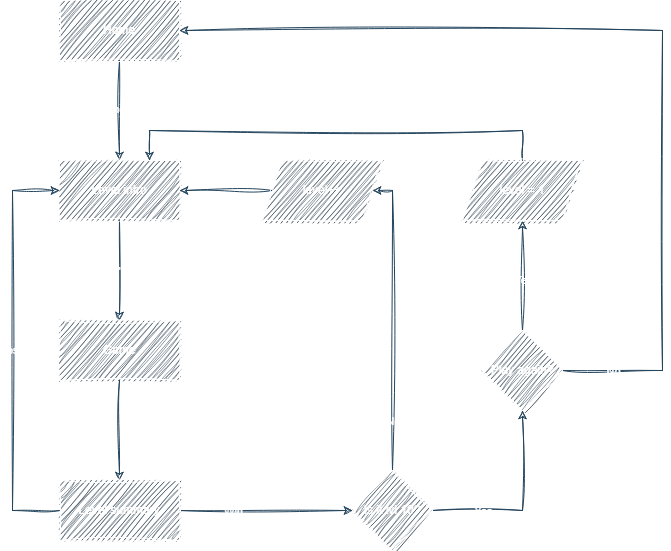
Above: flowchart.png in vasilyoshev/ai-assistant (draw.io), before the change. Source tidied: cells renumbered, new cells last; positions are measured from the earlier drawing's top-left corner, leaving out a move shared by most shapes.
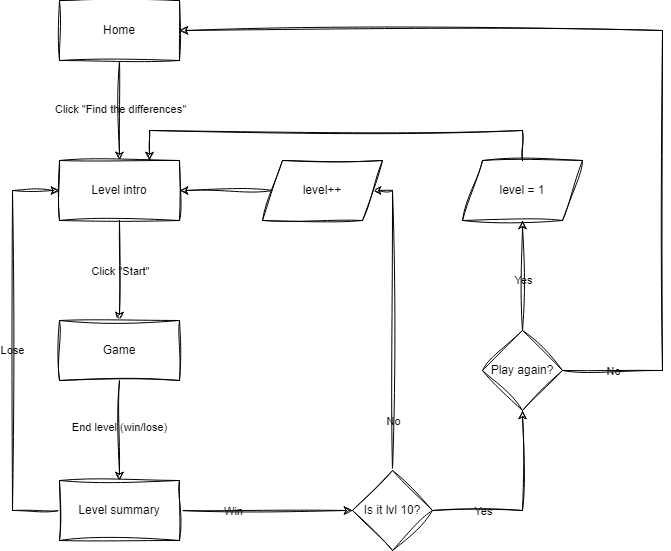
After the commit.

Diff of the diagram source:
```diff
@@ -2,34 +2,34 @@
   <root>
     <mxCell id="0" />
     <mxCell id="1" parent="0" />
-    <mxCell id="2" style="edgeStyle=orthogonalEdgeStyle;rounded=0;jettySize=auto;html=1;labelBackgroundColor=none;fontColor=default;strokeColor=#23445D;sketch=1;curveFitting=1;jiggle=2;" parent="1" edge="1" source="4" target="7">
+    <mxCell id="2" style="edgeStyle=orthogonalEdgeStyle;rounded=0;jettySize=auto;html=1;labelBackgroundColor=none;fontColor=default;sketch=1;curveFitting=1;jiggle=2;" parent="1" edge="1" source="4" target="7">
       <mxGeometry relative="1" as="geometry" />
     </mxCell>
-    <mxCell id="3" value="Click &quot;Find the differences&quot;" style="edgeLabel;html=1;align=center;verticalAlign=middle;labelBackgroundColor=none;rounded=0;fontColor=#FFFFFF;sketch=1;curveFitting=1;jiggle=2;" parent="2" vertex="1">
+    <mxCell id="3" value="Click &quot;Find the differences&quot;" style="edgeLabel;html=1;align=center;verticalAlign=middle;labelBackgroundColor=none;rounded=0;sketch=1;curveFitting=1;jiggle=2;" parent="2" vertex="1">
       <mxGeometry x="-0.04" relative="1" as="geometry" />
     </mxCell>
-    <mxCell id="4" value="Home" style="rounded=0;whiteSpace=wrap;html=1;labelBackgroundColor=none;fillColor=#182E3E;strokeColor=#FFFFFF;fontColor=#FFFFFF;sketch=1;curveFitting=1;jiggle=2;" parent="1" vertex="1">
+    <mxCell id="4" value="Home" style="rounded=0;whiteSpace=wrap;html=1;labelBackgroundColor=none;sketch=1;curveFitting=1;jiggle=2;" parent="1" vertex="1">
       <mxGeometry x="47" width="120" height="60" as="geometry" />
     </mxCell>
-    <mxCell id="5" style="edgeStyle=orthogonalEdgeStyle;rounded=0;jettySize=auto;html=1;exitX=0.5;exitY=1;exitDx=0;exitDy=0;entryX=0.5;entryY=0;entryDx=0;entryDy=0;labelBackgroundColor=none;fontColor=default;strokeColor=#23445D;sketch=1;curveFitting=1;jiggle=2;" parent="1" edge="1" source="7" target="10">
+    <mxCell id="5" style="edgeStyle=orthogonalEdgeStyle;rounded=0;jettySize=auto;html=1;exitX=0.5;exitY=1;exitDx=0;exitDy=0;entryX=0.5;entryY=0;entryDx=0;entryDy=0;labelBackgroundColor=none;fontColor=default;sketch=1;curveFitting=1;jiggle=2;" parent="1" edge="1" source="7" target="10">
       <mxGeometry relative="1" as="geometry" />
     </mxCell>
-    <mxCell id="6" value="Click &quot;Start&quot;" style="edgeLabel;html=1;align=center;verticalAlign=middle;labelBackgroundColor=none;rounded=0;fontColor=#FFFFFF;sketch=1;curveFitting=1;jiggle=2;" parent="5" vertex="1">
+    <mxCell id="6" value="Click &quot;Start&quot;" style="edgeLabel;html=1;align=center;verticalAlign=middle;labelBackgroundColor=none;rounded=0;sketch=1;curveFitting=1;jiggle=2;" parent="5" vertex="1">
       <mxGeometry relative="1" as="geometry" />
     </mxCell>
-    <mxCell id="7" value="Level intro" style="rounded=0;whiteSpace=wrap;html=1;labelBackgroundColor=none;fillColor=#182E3E;strokeColor=#FFFFFF;fontColor=#FFFFFF;sketch=1;curveFitting=1;jiggle=2;" parent="1" vertex="1">
+    <mxCell id="7" value="Level intro" style="rounded=0;whiteSpace=wrap;html=1;labelBackgroundColor=none;sketch=1;curveFitting=1;jiggle=2;" parent="1" vertex="1">
       <mxGeometry x="47" y="160" width="120" height="60" as="geometry" />
     </mxCell>
-    <mxCell id="8" style="edgeStyle=orthogonalEdgeStyle;rounded=0;jettySize=auto;html=1;entryX=0.5;entryY=0;entryDx=0;entryDy=0;labelBackgroundColor=none;fontColor=default;strokeColor=#23445D;sketch=1;curveFitting=1;jiggle=2;" parent="1" edge="1" source="10" target="15">
+    <mxCell id="8" style="edgeStyle=orthogonalEdgeStyle;rounded=0;jettySize=auto;html=1;entryX=0.5;entryY=0;entryDx=0;entryDy=0;labelBackgroundColor=none;fontColor=default;sketch=1;curveFitting=1;jiggle=2;" parent="1" edge="1" source="10" target="15">
       <mxGeometry relative="1" as="geometry" />
     </mxCell>
-    <mxCell id="9" value="End level (win/lose)" style="edgeLabel;html=1;align=center;verticalAlign=middle;labelBackgroundColor=none;rounded=0;fontColor=#FFFFFF;sketch=1;curveFitting=1;jiggle=2;" parent="8" vertex="1">
+    <mxCell id="9" value="End level (win/lose)" style="edgeLabel;html=1;align=center;verticalAlign=middle;labelBackgroundColor=none;rounded=0;sketch=1;curveFitting=1;jiggle=2;" parent="8" vertex="1">
       <mxGeometry x="-0.08" y="-1" relative="1" as="geometry" />
     </mxCell>
-    <mxCell id="10" value="Game" style="rounded=0;whiteSpace=wrap;html=1;labelBackgroundColor=none;fillColor=#182E3E;strokeColor=#FFFFFF;fontColor=#FFFFFF;sketch=1;curveFitting=1;jiggle=2;" parent="1" vertex="1">
+    <mxCell id="10" value="Game" style="rounded=0;whiteSpace=wrap;html=1;labelBackgroundColor=none;sketch=1;curveFitting=1;jiggle=2;" parent="1" vertex="1">
       <mxGeometry x="47" y="320" width="120" height="60" as="geometry" />
     </mxCell>
-    <mxCell id="11" style="edgeStyle=orthogonalEdgeStyle;rounded=0;jettySize=auto;html=1;entryX=0;entryY=0.5;entryDx=0;entryDy=0;labelBackgroundColor=none;fontColor=default;strokeColor=#23445D;sketch=1;curveFitting=1;jiggle=2;" parent="1" edge="1" source="15" target="7">
+    <mxCell id="11" style="edgeStyle=orthogonalEdgeStyle;rounded=0;jettySize=auto;html=1;entryX=0;entryY=0.5;entryDx=0;entryDy=0;labelBackgroundColor=none;fontColor=default;sketch=1;curveFitting=1;jiggle=2;" parent="1" edge="1" source="15" target="7">
       <mxGeometry relative="1" as="geometry">
         <Array as="points">
           <mxPoint y="510" />
@@ -37,58 +37,58 @@
         </Array>
       </mxGeometry>
     </mxCell>
-    <mxCell id="12" value="Lose" style="edgeLabel;html=1;align=center;verticalAlign=middle;labelBackgroundColor=none;rounded=0;fontColor=#FFFFFF;sketch=1;curveFitting=1;jiggle=2;" parent="11" vertex="1">
+    <mxCell id="12" value="Lose" style="edgeLabel;html=1;align=center;verticalAlign=middle;labelBackgroundColor=none;rounded=0;sketch=1;curveFitting=1;jiggle=2;" parent="11" vertex="1">
       <mxGeometry x="0.01" y="1" relative="1" as="geometry" />
     </mxCell>
-    <mxCell id="13" style="edgeStyle=orthogonalEdgeStyle;rounded=0;jettySize=auto;html=1;exitX=1;exitY=0.5;exitDx=0;exitDy=0;labelBackgroundColor=none;fontColor=default;strokeColor=#23445D;sketch=1;curveFitting=1;jiggle=2;" parent="1" edge="1" source="15" target="20">
+    <mxCell id="13" style="edgeStyle=orthogonalEdgeStyle;rounded=0;jettySize=auto;html=1;exitX=1;exitY=0.5;exitDx=0;exitDy=0;labelBackgroundColor=none;fontColor=default;sketch=1;curveFitting=1;jiggle=2;" parent="1" edge="1" source="15" target="20">
       <mxGeometry relative="1" as="geometry" />
     </mxCell>
-    <mxCell id="14" value="Win" style="edgeLabel;html=1;align=center;verticalAlign=middle;labelBackgroundColor=none;rounded=0;fontColor=#FFFFFF;sketch=1;curveFitting=1;jiggle=2;" parent="13" vertex="1">
+    <mxCell id="14" value="Win" style="edgeLabel;html=1;align=center;verticalAlign=middle;labelBackgroundColor=none;rounded=0;sketch=1;curveFitting=1;jiggle=2;" parent="13" vertex="1">
       <mxGeometry x="-0.2" y="-1" relative="1" as="geometry">
         <mxPoint x="-16" y="-1" as="offset" />
       </mxGeometry>
     </mxCell>
-    <mxCell id="15" value="Level summary" style="rounded=0;whiteSpace=wrap;html=1;labelBackgroundColor=none;fillColor=#182E3E;strokeColor=#FFFFFF;fontColor=#FFFFFF;sketch=1;curveFitting=1;jiggle=2;" parent="1" vertex="1">
+    <mxCell id="15" value="Level summary" style="rounded=0;whiteSpace=wrap;html=1;labelBackgroundColor=none;sketch=1;curveFitting=1;jiggle=2;" parent="1" vertex="1">
       <mxGeometry x="47" y="480" width="120" height="60" as="geometry" />
     </mxCell>
-    <mxCell id="16" style="edgeStyle=orthogonalEdgeStyle;rounded=0;jettySize=auto;html=1;exitX=0.5;exitY=0;exitDx=0;exitDy=0;entryX=1;entryY=0.5;entryDx=0;entryDy=0;labelBackgroundColor=none;fontColor=default;strokeColor=#23445D;sketch=1;curveFitting=1;jiggle=2;" parent="1" edge="1" source="20" target="22">
+    <mxCell id="16" style="edgeStyle=orthogonalEdgeStyle;rounded=0;jettySize=auto;html=1;exitX=0.5;exitY=0;exitDx=0;exitDy=0;entryX=1;entryY=0.5;entryDx=0;entryDy=0;labelBackgroundColor=none;fontColor=default;sketch=1;curveFitting=1;jiggle=2;" parent="1" edge="1" source="20" target="22">
       <mxGeometry relative="1" as="geometry">
         <Array as="points">
           <mxPoint x="380" y="190" />
         </Array>
       </mxGeometry>
     </mxCell>
-    <mxCell id="17" value="No" style="edgeLabel;html=1;align=center;verticalAlign=middle;labelBackgroundColor=none;rounded=0;fontColor=#FFFFFF;sketch=1;curveFitting=1;jiggle=2;" parent="16" vertex="1">
+    <mxCell id="17" value="No" style="edgeLabel;html=1;align=center;verticalAlign=middle;labelBackgroundColor=none;rounded=0;sketch=1;curveFitting=1;jiggle=2;" parent="16" vertex="1">
       <mxGeometry x="0.29" y="2" relative="1" as="geometry">
         <mxPoint x="2" y="143" as="offset" />
       </mxGeometry>
     </mxCell>
-    <mxCell id="18" style="edgeStyle=orthogonalEdgeStyle;rounded=0;jettySize=auto;html=1;entryX=0.5;entryY=1;entryDx=0;entryDy=0;labelBackgroundColor=none;fontColor=default;strokeColor=#23445D;sketch=1;curveFitting=1;jiggle=2;" parent="1" edge="1" source="20" target="27">
+    <mxCell id="18" style="edgeStyle=orthogonalEdgeStyle;rounded=0;jettySize=auto;html=1;entryX=0.5;entryY=1;entryDx=0;entryDy=0;labelBackgroundColor=none;fontColor=default;sketch=1;curveFitting=1;jiggle=2;" parent="1" edge="1" source="20" target="27">
       <mxGeometry relative="1" as="geometry" />
     </mxCell>
-    <mxCell id="19" value="Yes" style="edgeLabel;html=1;align=center;verticalAlign=middle;labelBackgroundColor=none;rounded=0;fontColor=#FFFFFF;sketch=1;curveFitting=1;jiggle=2;" parent="18" vertex="1">
+    <mxCell id="19" value="Yes" style="edgeLabel;html=1;align=center;verticalAlign=middle;labelBackgroundColor=none;rounded=0;sketch=1;curveFitting=1;jiggle=2;" parent="18" vertex="1">
       <mxGeometry x="-0.02" relative="1" as="geometry">
         <mxPoint x="-40" y="3" as="offset" />
       </mxGeometry>
     </mxCell>
-    <mxCell id="20" value="Is it lvl 10?" style="rhombus;whiteSpace=wrap;html=1;labelBackgroundColor=none;rounded=0;fillColor=#182E3E;strokeColor=#FFFFFF;fontColor=#FFFFFF;sketch=1;curveFitting=1;jiggle=2;" parent="1" vertex="1">
+    <mxCell id="20" value="Is it lvl 10?" style="rhombus;whiteSpace=wrap;html=1;labelBackgroundColor=none;rounded=0;sketch=1;curveFitting=1;jiggle=2;" parent="1" vertex="1">
       <mxGeometry x="340" y="470" width="80" height="80" as="geometry" />
     </mxCell>
-    <mxCell id="21" style="edgeStyle=orthogonalEdgeStyle;rounded=0;jettySize=auto;html=1;labelBackgroundColor=none;fontColor=default;strokeColor=#23445D;sketch=1;curveFitting=1;jiggle=2;" parent="1" edge="1" source="22" target="7">
+    <mxCell id="21" style="edgeStyle=orthogonalEdgeStyle;rounded=0;jettySize=auto;html=1;labelBackgroundColor=none;fontColor=default;sketch=1;curveFitting=1;jiggle=2;" parent="1" edge="1" source="22" target="7">
       <mxGeometry relative="1" as="geometry" />
     </mxCell>
-    <mxCell id="22" value="level++" style="shape=parallelogram;perimeter=parallelogramPerimeter;whiteSpace=wrap;html=1;fixedSize=1;labelBackgroundColor=none;rounded=0;fillColor=#182E3E;strokeColor=#FFFFFF;fontColor=#FFFFFF;sketch=1;curveFitting=1;jiggle=2;" parent="1" vertex="1">
+    <mxCell id="22" value="level++" style="shape=parallelogram;perimeter=parallelogramPerimeter;whiteSpace=wrap;html=1;fixedSize=1;labelBackgroundColor=none;rounded=0;sketch=1;curveFitting=1;jiggle=2;" parent="1" vertex="1">
       <mxGeometry x="250" y="160" width="120" height="60" as="geometry" />
     </mxCell>
-    <mxCell id="23" style="edgeStyle=orthogonalEdgeStyle;rounded=0;jettySize=auto;html=1;entryX=0.5;entryY=1;entryDx=0;entryDy=0;labelBackgroundColor=none;fontColor=default;strokeColor=#23445D;sketch=1;curveFitting=1;jiggle=2;" parent="1" edge="1" source="27" target="29">
+    <mxCell id="23" style="edgeStyle=orthogonalEdgeStyle;rounded=0;jettySize=auto;html=1;entryX=0.5;entryY=1;entryDx=0;entryDy=0;labelBackgroundColor=none;fontColor=default;sketch=1;curveFitting=1;jiggle=2;" parent="1" edge="1" source="27" target="29">
       <mxGeometry relative="1" as="geometry" />
     </mxCell>
-    <mxCell id="24" value="Yes" style="edgeLabel;html=1;align=center;verticalAlign=middle;labelBackgroundColor=none;rounded=0;fontColor=#FFFFFF;sketch=1;curveFitting=1;jiggle=2;" parent="23" vertex="1">
+    <mxCell id="24" value="Yes" style="edgeLabel;html=1;align=center;verticalAlign=middle;labelBackgroundColor=none;rounded=0;sketch=1;curveFitting=1;jiggle=2;" parent="23" vertex="1">
       <mxGeometry x="-0.01" relative="1" as="geometry">
         <mxPoint y="4" as="offset" />
       </mxGeometry>
     </mxCell>
-    <mxCell id="25" style="edgeStyle=orthogonalEdgeStyle;rounded=0;jettySize=auto;html=1;entryX=1;entryY=0.5;entryDx=0;entryDy=0;labelBackgroundColor=none;fontColor=default;strokeColor=#23445D;sketch=1;curveFitting=1;jiggle=2;" parent="1" edge="1" source="27" target="4">
+    <mxCell id="25" style="edgeStyle=orthogonalEdgeStyle;rounded=0;jettySize=auto;html=1;entryX=1;entryY=0.5;entryDx=0;entryDy=0;labelBackgroundColor=none;fontColor=default;sketch=1;curveFitting=1;jiggle=2;" parent="1" edge="1" source="27" target="4">
       <mxGeometry relative="1" as="geometry">
         <Array as="points">
           <mxPoint x="650" y="370" />
@@ -96,15 +96,15 @@
         </Array>
       </mxGeometry>
     </mxCell>
-    <mxCell id="26" value="No" style="edgeLabel;html=1;align=center;verticalAlign=middle;labelBackgroundColor=none;rounded=0;fontColor=#FFFFFF;sketch=1;curveFitting=1;jiggle=2;" parent="25" vertex="1">
+    <mxCell id="26" value="No" style="edgeLabel;html=1;align=center;verticalAlign=middle;labelBackgroundColor=none;rounded=0;sketch=1;curveFitting=1;jiggle=2;" parent="25" vertex="1">
       <mxGeometry x="-0.44" y="-1" relative="1" as="geometry">
         <mxPoint x="-51" y="158" as="offset" />
       </mxGeometry>
     </mxCell>
-    <mxCell id="27" value="Play again?" style="rhombus;whiteSpace=wrap;html=1;labelBackgroundColor=none;rounded=0;fillColor=#182E3E;strokeColor=#FFFFFF;fontColor=#FFFFFF;sketch=1;curveFitting=1;jiggle=2;" parent="1" vertex="1">
+    <mxCell id="27" value="Play again?" style="rhombus;whiteSpace=wrap;html=1;labelBackgroundColor=none;rounded=0;sketch=1;curveFitting=1;jiggle=2;" parent="1" vertex="1">
       <mxGeometry x="470" y="330" width="80" height="80" as="geometry" />
     </mxCell>
-    <mxCell id="28" style="edgeStyle=orthogonalEdgeStyle;rounded=0;jettySize=auto;html=1;entryX=0.75;entryY=0;entryDx=0;entryDy=0;labelBackgroundColor=none;fontColor=default;strokeColor=#23445D;sketch=1;curveFitting=1;jiggle=2;" parent="1" edge="1" source="29" target="7">
+    <mxCell id="28" style="edgeStyle=orthogonalEdgeStyle;rounded=0;jettySize=auto;html=1;entryX=0.75;entryY=0;entryDx=0;entryDy=0;labelBackgroundColor=none;fontColor=default;sketch=1;curveFitting=1;jiggle=2;" parent="1" edge="1" source="29" target="7">
       <mxGeometry relative="1" as="geometry">
         <Array as="points">
           <mxPoint x="510" y="130" />
@@ -112,7 +112,7 @@
         </Array>
       </mxGeometry>
     </mxCell>
-    <mxCell id="29" value="level = 1" style="shape=parallelogram;perimeter=parallelogramPerimeter;whiteSpace=wrap;html=1;fixedSize=1;labelBackgroundColor=none;rounded=0;fillColor=#182E3E;strokeColor=#FFFFFF;fontColor=#FFFFFF;sketch=1;curveFitting=1;jiggle=2;" parent="1" vertex="1">
+    <mxCell id="29" value="level = 1" style="shape=parallelogram;perimeter=parallelogramPerimeter;whiteSpace=wrap;html=1;fixedSize=1;labelBackgroundColor=none;rounded=0;sketch=1;curveFitting=1;jiggle=2;" parent="1" vertex="1">
       <mxGeometry x="450" y="160" width="120" height="60" as="geometry" />
     </mxCell>
   </root>
```
